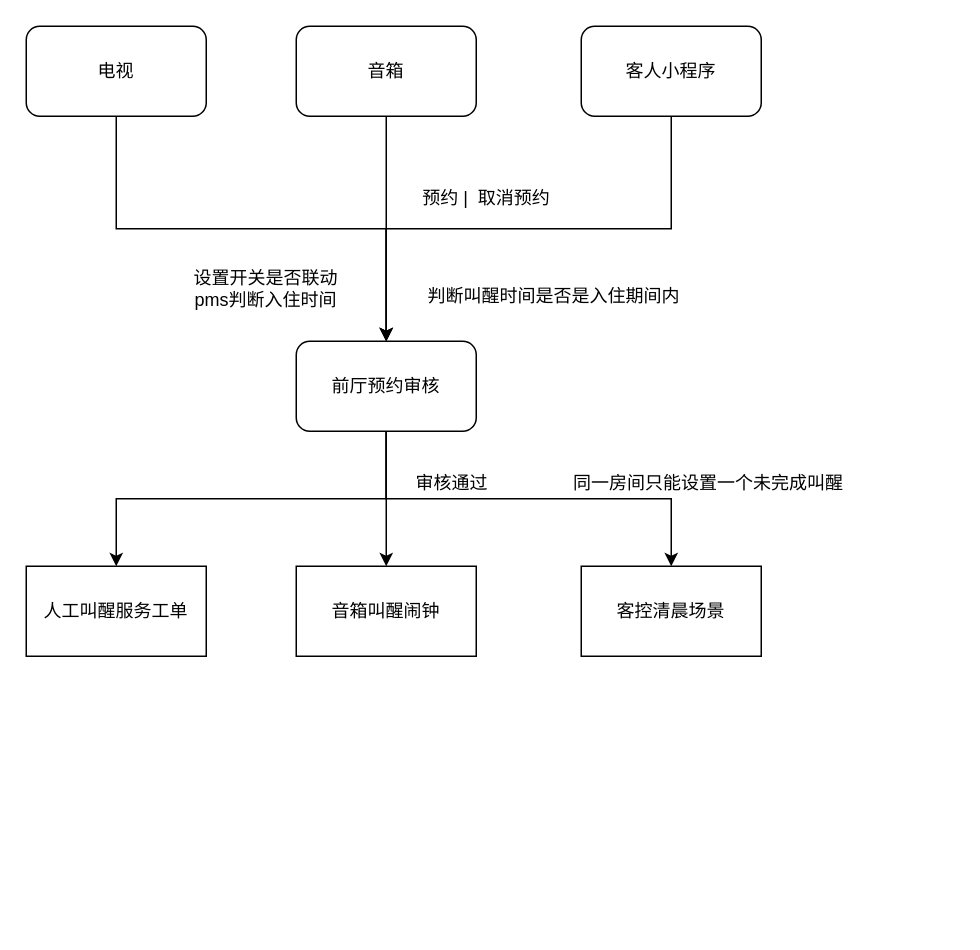
Before: xzzh/叫醒服务整合.drawio in daniel-7d/draw, a draw.io diagram. Source tidied: cells renumbered, new cells numbered last; positions are measured from the earlier drawing's top-left corner, leaving out a move shared by most shapes. Both pictures are drawn from the tidied source at 150%, with x=0, y=0 at pixel (26, 26).
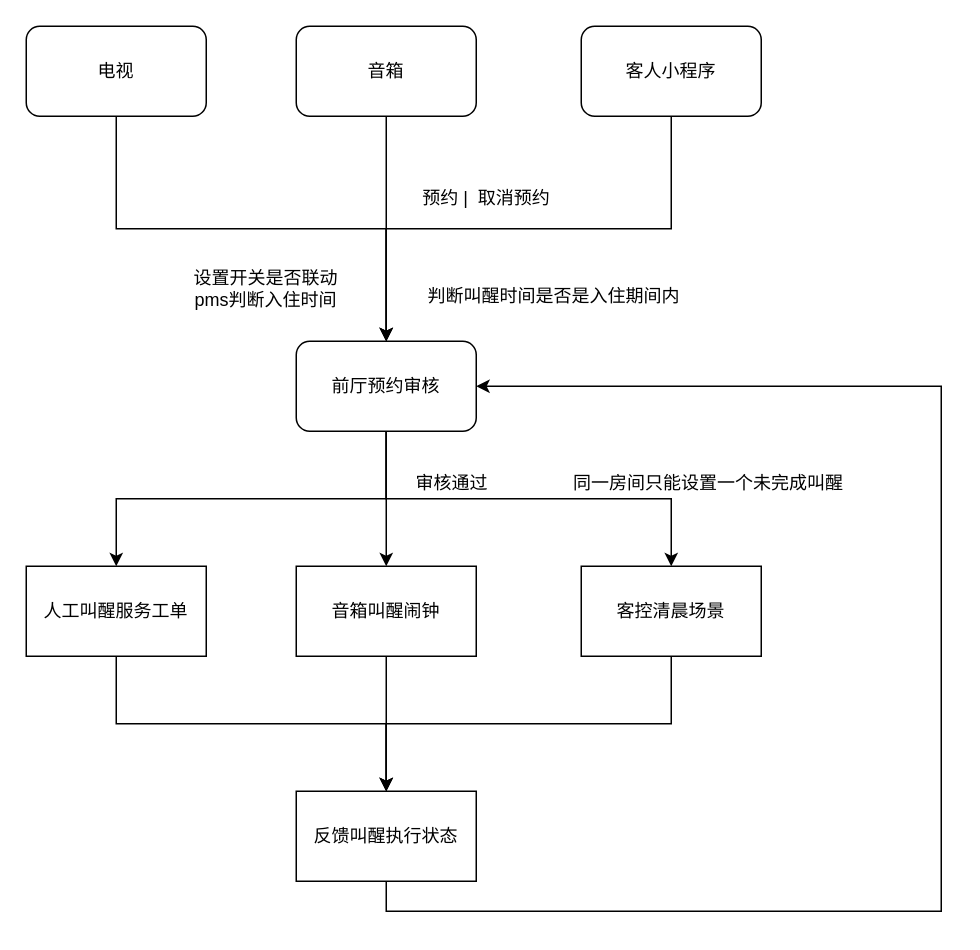
After the change.

Commit message (it also covers changes not shown here):
更新叫醒服务整合.drawio

Unchanged cells that the change refers to:
```xml
<mxCell id="11" value="前厅预约审核" style="rounded=1;whiteSpace=wrap;html=1;" parent="1" vertex="1">
  <mxGeometry x="180" y="210" width="120" height="60" as="geometry" />
</mxCell>
<mxCell id="15" value="人工叫醒服务工单" style="rounded=0;whiteSpace=wrap;html=1;" parent="1" vertex="1">
  <mxGeometry y="360" width="120" height="60" as="geometry" />
</mxCell>
<mxCell id="16" value="音箱叫醒闹钟" style="rounded=0;whiteSpace=wrap;html=1;" parent="1" vertex="1">
  <mxGeometry x="180" y="360" width="120" height="60" as="geometry" />
</mxCell>
<mxCell id="17" value="客控清晨场景" style="rounded=0;whiteSpace=wrap;html=1;" parent="1" vertex="1">
  <mxGeometry x="370" y="360" width="120" height="60" as="geometry" />
</mxCell>
```

What changed in the source:
```diff
@@
+    <mxCell id="20" style="edgeStyle=orthogonalEdgeStyle;rounded=0;jettySize=auto;html=1;exitX=0.5;exitY=1;exitDx=0;exitDy=0;entryX=0.5;entryY=0;entryDx=0;entryDy=0;" parent="1" edge="1" source="15" target="24">
+      <mxGeometry relative="1" as="geometry" />
+    </mxCell>
@@
+    <mxCell id="21" style="edgeStyle=orthogonalEdgeStyle;rounded=0;jettySize=auto;html=1;exitX=0.5;exitY=1;exitDx=0;exitDy=0;entryX=0.5;entryY=0;entryDx=0;entryDy=0;" parent="1" edge="1" source="16" target="24">
+      <mxGeometry relative="1" as="geometry" />
+    </mxCell>
@@
+    <mxCell id="22" style="edgeStyle=orthogonalEdgeStyle;rounded=0;jettySize=auto;html=1;exitX=0.5;exitY=1;exitDx=0;exitDy=0;entryX=0.5;entryY=0;entryDx=0;entryDy=0;" parent="1" edge="1" source="17" target="24">
+      <mxGeometry relative="1" as="geometry" />
+    </mxCell>
@@
+    <mxCell id="23" style="edgeStyle=orthogonalEdgeStyle;rounded=0;jettySize=auto;html=1;exitX=0.5;exitY=1;exitDx=0;exitDy=0;entryX=1;entryY=0.5;entryDx=0;entryDy=0;" parent="1" edge="1" source="24" target="11">
+      <mxGeometry relative="1" as="geometry">
+        <Array as="points">
+          <mxPoint x="240" y="590" />
+          <mxPoint x="610" y="590" />
+          <mxPoint x="610" y="240" />
+        </Array>
+      </mxGeometry>
+    </mxCell>
+    <mxCell id="24" value="反馈叫醒执行状态" style="rounded=0;whiteSpace=wrap;html=1;" parent="1" vertex="1">
+      <mxGeometry x="180" y="510" width="120" height="60" as="geometry" />
+    </mxCell>
```
